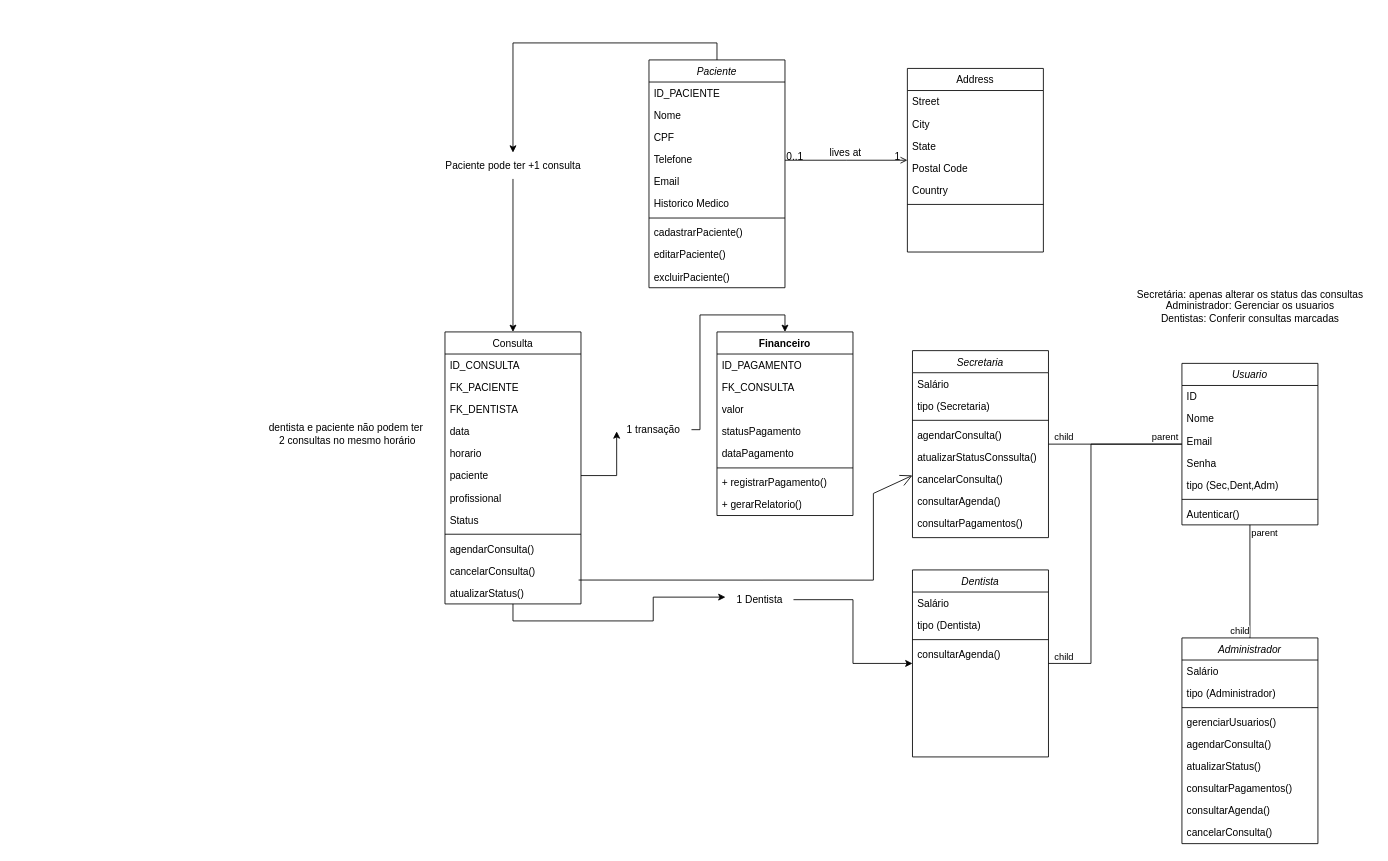
Earlier version of the draw.io diagram ManagmentSystem.drawio (Morais453/ManagementSystem). Source tidied: cells renumbered, new cells numbered last; positions are measured from the earlier drawing's top-left corner, leaving out a move shared by most shapes. Both pictures are drawn from the tidied source at 85%, with x=0, y=0 at pixel (258, 60).
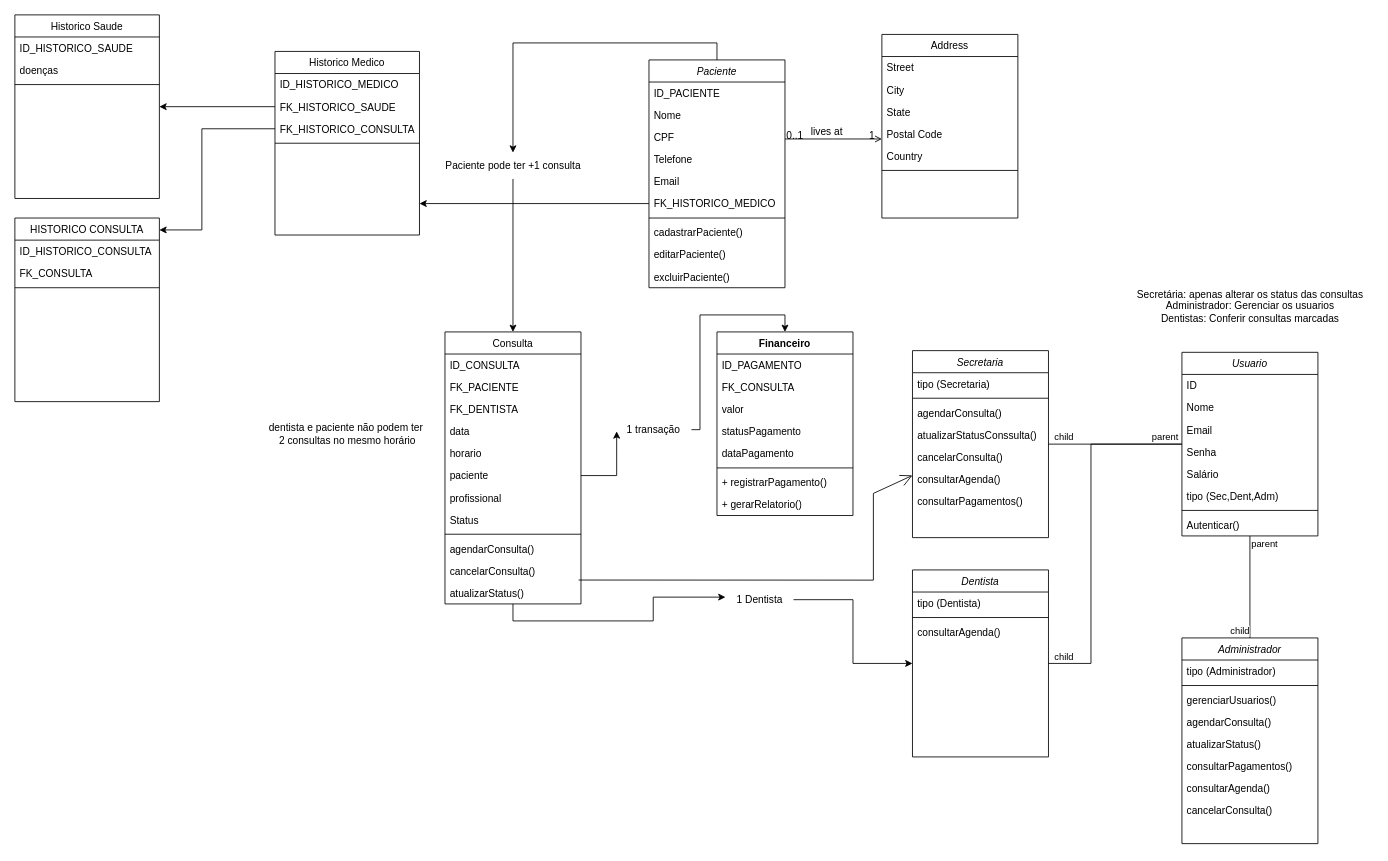
After the change.

Unchanged cells that the change refers to:
```xml
<mxCell id="2" value="Paciente" style="swimlane;fontStyle=2;align=center;verticalAlign=top;horizontal=1;startSize=26;rounded=0;shadow=0;strokeWidth=1;" parent="1" vertex="1">
  <mxGeometry x="460" width="160" height="268" as="geometry" />
</mxCell>
<mxCell id="68" value="Secretaria" style="swimlane;fontStyle=2;align=center;verticalAlign=top;horizontal=1;startSize=26;rounded=0;shadow=0;strokeWidth=1;" parent="1" vertex="1">
  <mxGeometry x="770" y="342" width="160" height="220" as="geometry" />
</mxCell>
<mxCell id="78" value="Dentista" style="swimlane;fontStyle=2;align=center;verticalAlign=top;horizontal=1;startSize=26;rounded=0;shadow=0;strokeWidth=1;" parent="1" vertex="1">
  <mxGeometry x="770" y="600" width="160" height="220" as="geometry" />
</mxCell>
<mxCell id="85" value="Administrador" style="swimlane;fontStyle=2;align=center;verticalAlign=top;horizontal=1;startSize=26;rounded=0;shadow=0;strokeWidth=1;" parent="1" vertex="1">
  <mxGeometry x="1087" y="680" width="160" height="242" as="geometry" />
</mxCell>
```

Diff of the diagram source:
```diff
@@
-    <mxCell id="8" value="Historico Medico" style="text;align=left;verticalAlign=top;spacingLeft=4;spacingRight=4;overflow=hidden;points=[[0,0.5],[1,0.5]];portConstraint=eastwest;" parent="2" vertex="1">
+    <mxCell id="8" value="FK_HISTORICO_MEDICO" style="text;align=left;verticalAlign=top;spacingLeft=4;spacingRight=4;overflow=hidden;points=[[0,0.5],[1,0.5]];portConstraint=eastwest;" parent="2" vertex="1">
       <mxGeometry y="156" width="160" height="26" as="geometry" />
     </mxCell>
@@
     <mxCell id="26" value="Address" style="swimlane;fontStyle=0;align=center;verticalAlign=top;horizontal=1;startSize=26;rounded=0;shadow=0;strokeWidth=1;" parent="1" vertex="1">
-      <mxGeometry x="764" y="10" width="160" height="216" as="geometry" />
+      <mxGeometry x="734" y="-30" width="160" height="216" as="geometry" />
     </mxCell>
@@
     <mxCell id="46" value="Usuario" style="swimlane;fontStyle=2;align=center;verticalAlign=top;horizontal=1;startSize=26;rounded=0;shadow=0;strokeWidth=1;" parent="1" vertex="1">
-      <mxGeometry x="1087" y="357" width="160" height="190" as="geometry" />
+      <mxGeometry x="1087" y="344" width="160" height="216" as="geometry" />
     </mxCell>
@@
+    <mxCell id="98" value="Salário" style="text;align=left;verticalAlign=top;spacingLeft=4;spacingRight=4;overflow=hidden;rounded=0;shadow=0;html=0;" parent="46" vertex="1">
+      <mxGeometry y="130" width="160" height="26" as="geometry" />
+    </mxCell>
     <mxCell id="51" value="tipo (Sec,Dent,Adm)" style="text;align=left;verticalAlign=top;spacingLeft=4;spacingRight=4;overflow=hidden;" parent="46" vertex="1">
-      <mxGeometry y="130" width="160" height="26" as="geometry" />
+      <mxGeometry y="156" width="160" height="26" as="geometry" />
     </mxCell>
     <mxCell id="52" style="line;html=1;strokeWidth=1;align=left;verticalAlign=middle;spacingTop=-1;spacingLeft=3;spacingRight=3;labelPosition=right;" parent="46" vertex="1">
-      <mxGeometry y="156" width="160" height="8" as="geometry" />
+      <mxGeometry y="182" width="160" height="8" as="geometry" />
     </mxCell>
     <mxCell id="53" value="Autenticar()" style="text;align=left;verticalAlign=top;spacingLeft=4;spacingRight=4;overflow=hidden;rounded=0;shadow=0;html=0;" parent="46" vertex="1">
-      <mxGeometry y="164" width="160" height="26" as="geometry" />
+      <mxGeometry y="190" width="160" height="26" as="geometry" />
     </mxCell>
@@
-    <mxCell id="69" value="Salário" style="text;align=left;verticalAlign=top;spacingLeft=4;spacingRight=4;overflow=hidden;rounded=0;shadow=0;html=0;" parent="68" vertex="1">
-      <mxGeometry y="26" width="160" height="26" as="geometry" />
-    </mxCell>
     <mxCell id="70" value="tipo (Secretaria)" style="text;align=left;verticalAlign=top;spacingLeft=4;spacingRight=4;overflow=hidden;" parent="68" vertex="1">
-      <mxGeometry y="52" width="160" height="26" as="geometry" />
+      <mxGeometry y="26" width="160" height="26" as="geometry" />
     </mxCell>
     <mxCell id="71" style="line;html=1;strokeWidth=1;align=left;verticalAlign=middle;spacingTop=-1;spacingLeft=3;spacingRight=3;labelPosition=right;" parent="68" vertex="1">
-      <mxGeometry y="78" width="160" height="8" as="geometry" />
+      <mxGeometry y="52" width="160" height="8" as="geometry" />
     </mxCell>
     <mxCell id="72" value="agendarConsulta()" style="text;align=left;verticalAlign=top;spacingLeft=4;spacingRight=4;overflow=hidden;rounded=0;shadow=0;html=0;" parent="68" vertex="1">
-      <mxGeometry y="86" width="160" height="26" as="geometry" />
+      <mxGeometry y="60" width="160" height="26" as="geometry" />
     </mxCell>
     <mxCell id="73" value="atualizarStatusConssulta()" style="text;align=left;verticalAlign=top;spacingLeft=4;spacingRight=4;overflow=hidden;rounded=0;shadow=0;html=0;" parent="68" vertex="1">
-      <mxGeometry y="112" width="160" height="26" as="geometry" />
+      <mxGeometry y="86" width="160" height="26" as="geometry" />
     </mxCell>
     <mxCell id="74" value="cancelarConsulta()" style="text;align=left;verticalAlign=top;spacingLeft=4;spacingRight=4;overflow=hidden;rounded=0;shadow=0;html=0;" parent="68" vertex="1">
-      <mxGeometry y="138" width="160" height="26" as="geometry" />
+      <mxGeometry y="112" width="160" height="26" as="geometry" />
     </mxCell>
     <mxCell id="75" value="consultarAgenda()" style="text;align=left;verticalAlign=top;spacingLeft=4;spacingRight=4;overflow=hidden;rounded=0;shadow=0;html=0;" parent="68" vertex="1">
-      <mxGeometry y="164" width="160" height="26" as="geometry" />
+      <mxGeometry y="138" width="160" height="26" as="geometry" />
     </mxCell>
     <mxCell id="76" value="consultarPagamentos()" style="text;align=left;verticalAlign=top;spacingLeft=4;spacingRight=4;overflow=hidden;rounded=0;shadow=0;html=0;" parent="68" vertex="1">
-      <mxGeometry y="190" width="160" height="26" as="geometry" />
+      <mxGeometry y="164" width="160" height="26" as="geometry" />
     </mxCell>
@@
-    <mxCell id="79" value="Salário" style="text;align=left;verticalAlign=top;spacingLeft=4;spacingRight=4;overflow=hidden;rounded=0;shadow=0;html=0;" parent="78" vertex="1">
-      <mxGeometry y="26" width="160" height="26" as="geometry" />
-    </mxCell>
     <mxCell id="80" value="tipo (Dentista)" style="text;align=left;verticalAlign=top;spacingLeft=4;spacingRight=4;overflow=hidden;" parent="78" vertex="1">
-      <mxGeometry y="52" width="160" height="26" as="geometry" />
+      <mxGeometry y="26" width="160" height="26" as="geometry" />
     </mxCell>
     <mxCell id="81" style="line;html=1;strokeWidth=1;align=left;verticalAlign=middle;spacingTop=-1;spacingLeft=3;spacingRight=3;labelPosition=right;" parent="78" vertex="1">
-      <mxGeometry y="78" width="160" height="8" as="geometry" />
+      <mxGeometry y="52" width="160" height="8" as="geometry" />
     </mxCell>
     <mxCell id="82" value="consultarAgenda()" style="text;align=left;verticalAlign=top;spacingLeft=4;spacingRight=4;overflow=hidden;rounded=0;shadow=0;html=0;" parent="78" vertex="1">
-      <mxGeometry y="86" width="160" height="26" as="geometry" />
+      <mxGeometry y="60" width="160" height="26" as="geometry" />
     </mxCell>
@@
-    <mxCell id="86" value="Salário" style="text;align=left;verticalAlign=top;spacingLeft=4;spacingRight=4;overflow=hidden;rounded=0;shadow=0;html=0;" parent="85" vertex="1">
-      <mxGeometry y="26" width="160" height="26" as="geometry" />
-    </mxCell>
     <mxCell id="87" value="tipo (Administrador)" style="text;align=left;verticalAlign=top;spacingLeft=4;spacingRight=4;overflow=hidden;" parent="85" vertex="1">
-      <mxGeometry y="52" width="160" height="26" as="geometry" />
+      <mxGeometry y="26" width="160" height="26" as="geometry" />
     </mxCell>
     <mxCell id="88" style="line;html=1;strokeWidth=1;align=left;verticalAlign=middle;spacingTop=-1;spacingLeft=3;spacingRight=3;labelPosition=right;" parent="85" vertex="1">
-      <mxGeometry y="78" width="160" height="8" as="geometry" />
+      <mxGeometry y="52" width="160" height="8" as="geometry" />
     </mxCell>
     <mxCell id="89" value="gerenciarUsuarios()" style="text;align=left;verticalAlign=top;spacingLeft=4;spacingRight=4;overflow=hidden;rounded=0;shadow=0;html=0;" parent="85" vertex="1">
-      <mxGeometry y="86" width="160" height="26" as="geometry" />
+      <mxGeometry y="60" width="160" height="26" as="geometry" />
     </mxCell>
     <mxCell id="90" value="agendarConsulta()" style="text;align=left;verticalAlign=top;spacingLeft=4;spacingRight=4;overflow=hidden;rounded=0;shadow=0;html=0;" parent="85" vertex="1">
-      <mxGeometry y="112" width="160" height="26" as="geometry" />
+      <mxGeometry y="86" width="160" height="26" as="geometry" />
     </mxCell>
     <mxCell id="91" value="atualizarStatus()" style="text;align=left;verticalAlign=top;spacingLeft=4;spacingRight=4;overflow=hidden;rounded=0;shadow=0;html=0;" parent="85" vertex="1">
-      <mxGeometry y="138" width="160" height="26" as="geometry" />
+      <mxGeometry y="112" width="160" height="26" as="geometry" />
     </mxCell>
     <mxCell id="92" value="consultarPagamentos()" style="text;align=left;verticalAlign=top;spacingLeft=4;spacingRight=4;overflow=hidden;rounded=0;shadow=0;html=0;" parent="85" vertex="1">
-      <mxGeometry y="164" width="160" height="26" as="geometry" />
+      <mxGeometry y="138" width="160" height="26" as="geometry" />
     </mxCell>
     <mxCell id="93" value="consultarAgenda()" style="text;align=left;verticalAlign=top;spacingLeft=4;spacingRight=4;overflow=hidden;rounded=0;shadow=0;html=0;" parent="85" vertex="1">
-      <mxGeometry y="190" width="160" height="26" as="geometry" />
+      <mxGeometry y="164" width="160" height="26" as="geometry" />
     </mxCell>
     <mxCell id="94" value="cancelarConsulta()" style="text;align=left;verticalAlign=top;spacingLeft=4;spacingRight=4;overflow=hidden;rounded=0;shadow=0;html=0;" parent="85" vertex="1">
-      <mxGeometry y="216" width="160" height="26" as="geometry" />
+      <mxGeometry y="190" width="160" height="26" as="geometry" />
     </mxCell>
@@
+    <mxCell id="99" value="Historico Medico" style="swimlane;fontStyle=0;align=center;verticalAlign=top;horizontal=1;startSize=26;rounded=0;shadow=0;strokeWidth=1;" parent="1" vertex="1">
+      <mxGeometry x="20" y="-10" width="170" height="216" as="geometry" />
+    </mxCell>
+    <mxCell id="100" value="ID_HISTORICO_MEDICO" style="text;align=left;verticalAlign=top;spacingLeft=4;spacingRight=4;overflow=hidden;" parent="99" vertex="1">
+      <mxGeometry y="26" width="170" height="26" as="geometry" />
+    </mxCell>
+    <mxCell id="101" value="FK_HISTORICO_SAUDE" style="text;align=left;verticalAlign=top;spacingLeft=4;spacingRight=4;overflow=hidden;points=[[0,0.5],[1,0.5]];portConstraint=eastwest;rounded=0;shadow=0;html=0;" parent="99" vertex="1">
+      <mxGeometry y="52" width="170" height="26" as="geometry" />
+    </mxCell>
+    <mxCell id="102" value="FK_HISTORICO_CONSULTA" style="text;align=left;verticalAlign=top;spacingLeft=4;spacingRight=4;overflow=hidden;points=[[0,0.5],[1,0.5]];portConstraint=eastwest;rounded=0;shadow=0;html=0;" parent="99" vertex="1">
+      <mxGeometry y="78" width="170" height="26" as="geometry" />
+    </mxCell>
+    <mxCell id="103" style="line;html=1;strokeWidth=1;align=left;verticalAlign=middle;spacingTop=-1;spacingLeft=3;spacingRight=3;labelPosition=right;" parent="99" vertex="1">
+      <mxGeometry y="104" width="170" height="8" as="geometry" />
+    </mxCell>
+    <mxCell id="104" style="edgeStyle=orthogonalEdgeStyle;rounded=0;jettySize=auto;html=1;exitX=0;exitY=0.5;exitDx=0;exitDy=0;" parent="1" edge="1" source="8" target="99">
+      <mxGeometry relative="1" as="geometry">
+        <Array as="points">
+          <mxPoint x="109" y="169" />
+        </Array>
+      </mxGeometry>
+    </mxCell>
+    <mxCell id="105" value="Historico Saude" style="swimlane;fontStyle=0;align=center;verticalAlign=top;horizontal=1;startSize=26;rounded=0;shadow=0;strokeWidth=1;" parent="1" vertex="1">
+      <mxGeometry x="-286" y="-53" width="170" height="216" as="geometry" />
+    </mxCell>
+    <mxCell id="106" value="ID_HISTORICO_SAUDE" style="text;align=left;verticalAlign=top;spacingLeft=4;spacingRight=4;overflow=hidden;" parent="105" vertex="1">
+      <mxGeometry y="26" width="170" height="26" as="geometry" />
+    </mxCell>
+    <mxCell id="107" value="doenças" style="text;align=left;verticalAlign=top;spacingLeft=4;spacingRight=4;overflow=hidden;" parent="105" vertex="1">
+      <mxGeometry y="52" width="170" height="26" as="geometry" />
+    </mxCell>
+    <mxCell id="108" style="line;html=1;strokeWidth=1;align=left;verticalAlign=middle;spacingTop=-1;spacingLeft=3;spacingRight=3;labelPosition=right;" parent="105" vertex="1">
+      <mxGeometry y="78" width="170" height="8" as="geometry" />
+    </mxCell>
+    <mxCell id="109" style="edgeStyle=orthogonalEdgeStyle;rounded=0;jettySize=auto;html=1;exitX=0;exitY=0.5;exitDx=0;exitDy=0;" parent="1" edge="1" source="101" target="105">
+      <mxGeometry relative="1" as="geometry" />
+    </mxCell>
+    <mxCell id="110" value="HISTORICO CONSULTA" style="swimlane;fontStyle=0;align=center;verticalAlign=top;horizontal=1;startSize=26;rounded=0;shadow=0;strokeWidth=1;" parent="1" vertex="1">
+      <mxGeometry x="-286" y="186" width="170" height="216" as="geometry" />
+    </mxCell>
+    <mxCell id="111" value="ID_HISTORICO_CONSULTA" style="text;align=left;verticalAlign=top;spacingLeft=4;spacingRight=4;overflow=hidden;" parent="110" vertex="1">
+      <mxGeometry y="26" width="170" height="26" as="geometry" />
+    </mxCell>
+    <mxCell id="112" value="FK_CONSULTA" style="text;align=left;verticalAlign=top;spacingLeft=4;spacingRight=4;overflow=hidden;" parent="110" vertex="1">
+      <mxGeometry y="52" width="170" height="26" as="geometry" />
+    </mxCell>
+    <mxCell id="113" style="line;html=1;strokeWidth=1;align=left;verticalAlign=middle;spacingTop=-1;spacingLeft=3;spacingRight=3;labelPosition=right;" parent="110" vertex="1">
+      <mxGeometry y="78" width="170" height="8" as="geometry" />
+    </mxCell>
+    <mxCell id="114" style="edgeStyle=orthogonalEdgeStyle;rounded=0;jettySize=auto;html=1;exitX=0;exitY=0.5;exitDx=0;exitDy=0;" parent="1" edge="1" source="102" target="110">
+      <mxGeometry relative="1" as="geometry">
+        <Array as="points">
+          <mxPoint x="-66" y="81" />
+          <mxPoint x="-66" y="200" />
+        </Array>
+      </mxGeometry>
+    </mxCell>
```
